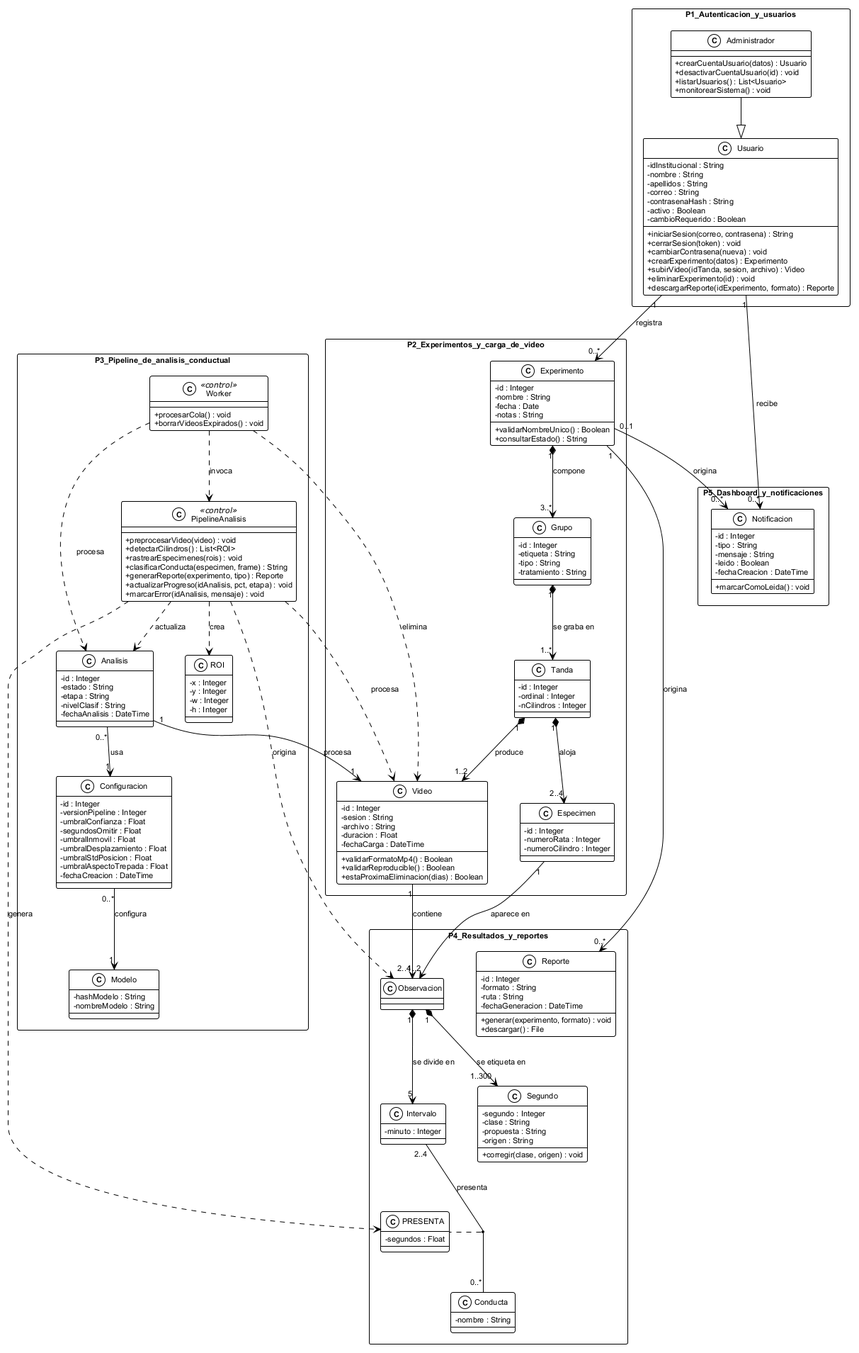
Above: diagramas/clases.png in ErickJester/fst-ai-system-latex (PlantUML), before the change.
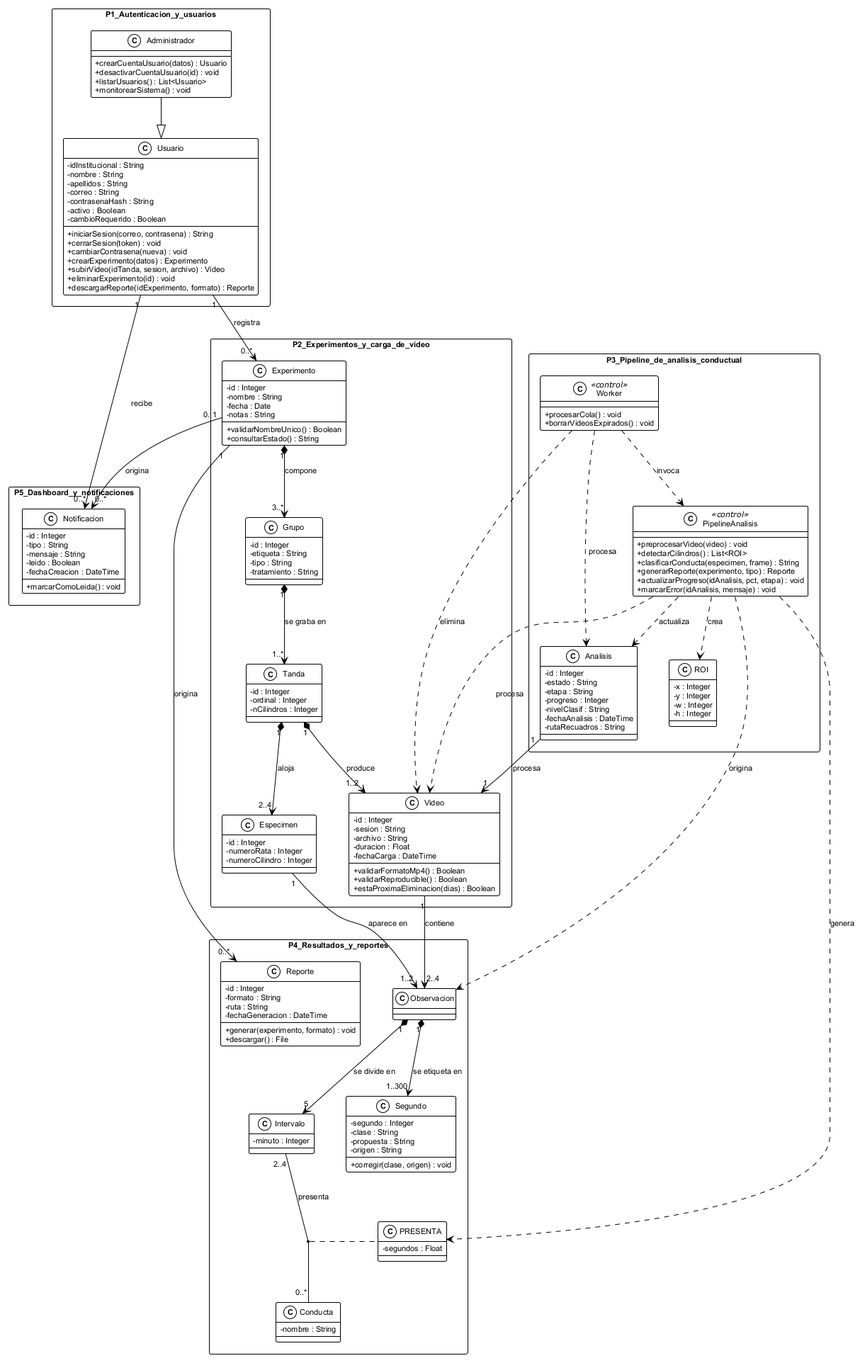
After the change.

The edit, as a diff of the source:
```diff
@@ -88,7 +88,6 @@
   class PipelineAnalisis <<control>> {
     +preprocesarVideo(video) : void
     +detectarCilindros() : List<ROI>
-    +rastrearEspecimenes(rois) : void
     +clasificarConducta(especimen, frame) : String
     +generarReporte(experimento, tipo) : Reporte
     +actualizarProgreso(idAnalisis, pct, etapa) : void
@@ -106,25 +105,10 @@
     -id : Integer
     -estado : String
     -etapa : String
+    -progreso : Integer
     -nivelClasif : String
     -fechaAnalisis : DateTime
-  }
-
-  class Modelo {
-    -hashModelo : String
-    -nombreModelo : String
-  }
-
-  class Configuracion {
-    -id : Integer
-    -versionPipeline : Integer
-    -umbralConfianza : Float
-    -segundosOmitir : Float
-    -umbralInmovil : Float
-    -umbralDesplazamiento : Float
-    -umbralStdPosicion : Float
-    -umbralAspectoTrepada : Float
-    -fechaCreacion : DateTime
+    -rutaRecuadros : String
   }
 }
 
@@ -185,8 +169,6 @@
 Tanda       "1" *--> "1..2" Video     : produce
 
 Analisis "1" --> "1" Video            : procesa
-Analisis "0..*" --> "1" Configuracion : usa
-Configuracion "0..*" --> "1" Modelo   : configura
 
 Worker ..> PipelineAnalisis : invoca
 Worker ..> Analisis         : procesa
```
